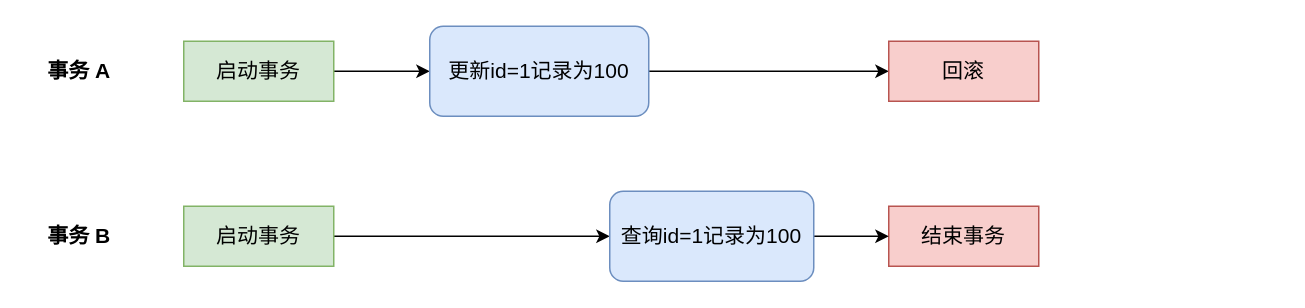
Earlier version of the draw.io diagram mysql/mysql.drawio (Floweryu/my-diagrams). Source tidied: cells renumbered, new cells numbered last; positions are measured from the earlier drawing's top-left corner, leaving out a move shared by most shapes. Both pictures are drawn from the tidied source at 150%, with x=0, y=0 at pixel (26, 26).
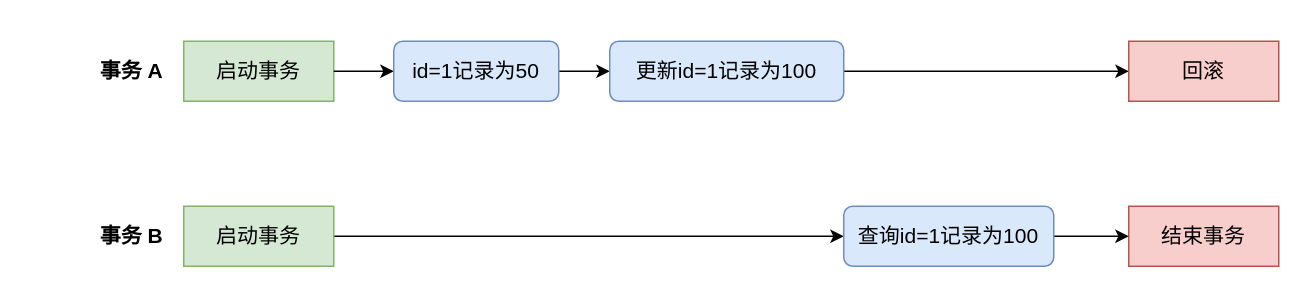
The same diagram, later.

The edit, as a diff of the source:
```diff
@@
 <mxGraphModel>
   <root>
     <mxCell id="0" />
     <mxCell id="1" parent="0" />
-    <mxCell id="2" style="edgeStyle=orthogonalEdgeStyle;rounded=0;jettySize=auto;html=1;exitX=1;exitY=0.5;exitDx=0;exitDy=0;entryX=0;entryY=0.5;entryDx=0;entryDy=0;" parent="1" edge="1" source="3" target="5">
+    <mxCell id="2" style="edgeStyle=orthogonalEdgeStyle;rounded=0;jettySize=auto;html=1;exitX=1;exitY=0.5;exitDx=0;exitDy=0;entryX=0;entryY=0.5;entryDx=0;entryDy=0;" parent="1" edge="1" source="15" target="5">
       <mxGeometry relative="1" as="geometry" />
     </mxCell>
     <mxCell id="3" value="&lt;font style=&quot;font-size: 14px;&quot;&gt;启动事务&lt;/font&gt;" style="rounded=0;whiteSpace=wrap;html=1;fillColor=#d5e8d4;strokeColor=#82b366;" parent="1" vertex="1">
       <mxGeometry x="105" y="10" width="100" height="40" as="geometry" />
     </mxCell>
     <mxCell id="4" style="edgeStyle=orthogonalEdgeStyle;rounded=0;jettySize=auto;html=1;exitX=1;exitY=0.5;exitDx=0;exitDy=0;entryX=0;entryY=0.5;entryDx=0;entryDy=0;" parent="1" edge="1" source="5" target="6">
       <mxGeometry relative="1" as="geometry" />
     </mxCell>
     <mxCell id="5" value="&lt;font style=&quot;font-size: 14px;&quot;&gt;更新id=1记录为100&lt;/font&gt;" style="rounded=1;whiteSpace=wrap;html=1;fillColor=#dae8fc;strokeColor=#6c8ebf;" parent="1" vertex="1">
-      <mxGeometry x="269" width="146" height="60" as="geometry" />
+      <mxGeometry x="389" y="10" width="156" height="40" as="geometry" />
     </mxCell>
     <mxCell id="6" value="&lt;font style=&quot;font-size: 14px;&quot;&gt;回滚&lt;/font&gt;" style="rounded=0;whiteSpace=wrap;html=1;fillColor=#f8cecc;strokeColor=#b85450;" parent="1" vertex="1">
-      <mxGeometry x="575" y="10" width="100" height="40" as="geometry" />
+      <mxGeometry x="735" y="10" width="100" height="40" as="geometry" />
     </mxCell>
     <mxCell id="7" style="edgeStyle=orthogonalEdgeStyle;rounded=0;jettySize=auto;html=1;exitX=1;exitY=0.5;exitDx=0;exitDy=0;entryX=0;entryY=0.5;entryDx=0;entryDy=0;" parent="1" edge="1" source="8" target="11">
       <mxGeometry relative="1" as="geometry" />
     </mxCell>
     <mxCell id="8" value="&lt;font style=&quot;font-size: 14px;&quot;&gt;启动事务&lt;/font&gt;" style="rounded=0;whiteSpace=wrap;html=1;fillColor=#d5e8d4;strokeColor=#82b366;" parent="1" vertex="1">
       <mxGeometry x="105" y="120" width="100" height="40" as="geometry" />
     </mxCell>
     <mxCell id="9" value="&lt;font style=&quot;font-size: 14px;&quot;&gt;结束事务&lt;/font&gt;" style="rounded=0;whiteSpace=wrap;html=1;fillColor=#f8cecc;strokeColor=#b85450;" parent="1" vertex="1">
-      <mxGeometry x="575" y="120" width="100" height="40" as="geometry" />
+      <mxGeometry x="735" y="120" width="100" height="40" as="geometry" />
     </mxCell>
     <mxCell id="10" style="edgeStyle=orthogonalEdgeStyle;rounded=0;jettySize=auto;html=1;exitX=1;exitY=0.5;exitDx=0;exitDy=0;" parent="1" edge="1" source="11" target="9">
       <mxGeometry relative="1" as="geometry" />
     </mxCell>
     <mxCell id="11" value="&lt;font style=&quot;font-size: 14px;&quot;&gt;查询id=1记录为100&lt;/font&gt;" style="rounded=1;whiteSpace=wrap;html=1;fillColor=#dae8fc;strokeColor=#6c8ebf;" parent="1" vertex="1">
-      <mxGeometry x="389" y="110" width="136" height="60" as="geometry" />
+      <mxGeometry x="545" y="120" width="140" height="40" as="geometry" />
     </mxCell>
     <mxCell id="12" value="&lt;font style=&quot;font-size: 14px;&quot;&gt;&lt;b&gt;事务 A&lt;/b&gt;&lt;/font&gt;" style="text;html=1;align=center;verticalAlign=middle;strokeColor=none;fillColor=none;" parent="1" vertex="1">
-      <mxGeometry y="15" width="70" height="30" as="geometry" />
+      <mxGeometry x="35" y="15" width="70" height="30" as="geometry" />
     </mxCell>
     <mxCell id="13" value="&lt;font style=&quot;font-size: 14px;&quot;&gt;&lt;b&gt;事务 B&lt;/b&gt;&lt;/font&gt;" style="text;html=1;align=center;verticalAlign=middle;strokeColor=none;fillColor=none;" parent="1" vertex="1">
-      <mxGeometry y="125" width="70" height="30" as="geometry" />
+      <mxGeometry x="35" y="125" width="70" height="30" as="geometry" />
     </mxCell>
+    <mxCell id="14" style="edgeStyle=orthogonalEdgeStyle;rounded=0;jettySize=auto;html=1;exitX=1;exitY=0.5;exitDx=0;exitDy=0;entryX=0;entryY=0.5;entryDx=0;entryDy=0;" parent="1" edge="1" source="3" target="15">
+      <mxGeometry relative="1" as="geometry" />
+    </mxCell>
+    <mxCell id="15" value="&lt;font style=&quot;font-size: 14px;&quot;&gt;id=1记录为50&lt;/font&gt;" style="rounded=1;whiteSpace=wrap;html=1;fillColor=#dae8fc;strokeColor=#6c8ebf;" parent="1" vertex="1">
+      <mxGeometry x="245" y="10" width="110" height="40" as="geometry" />
+    </mxCell>
   </root>
 </mxGraphModel>
```
